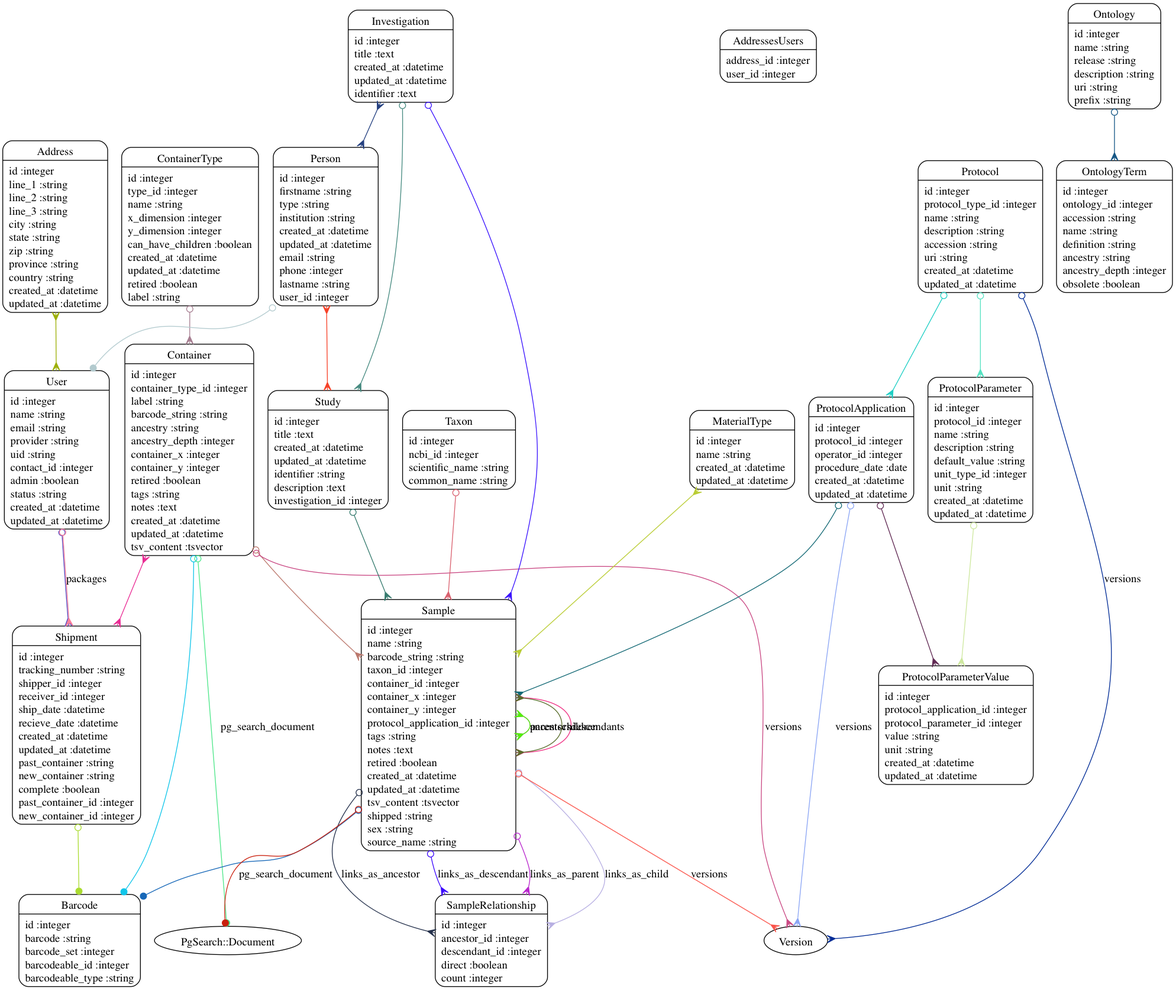
Above: models.png in dimitras/collos (Graphviz), before the change. Its source is kept beside it as models.dot.
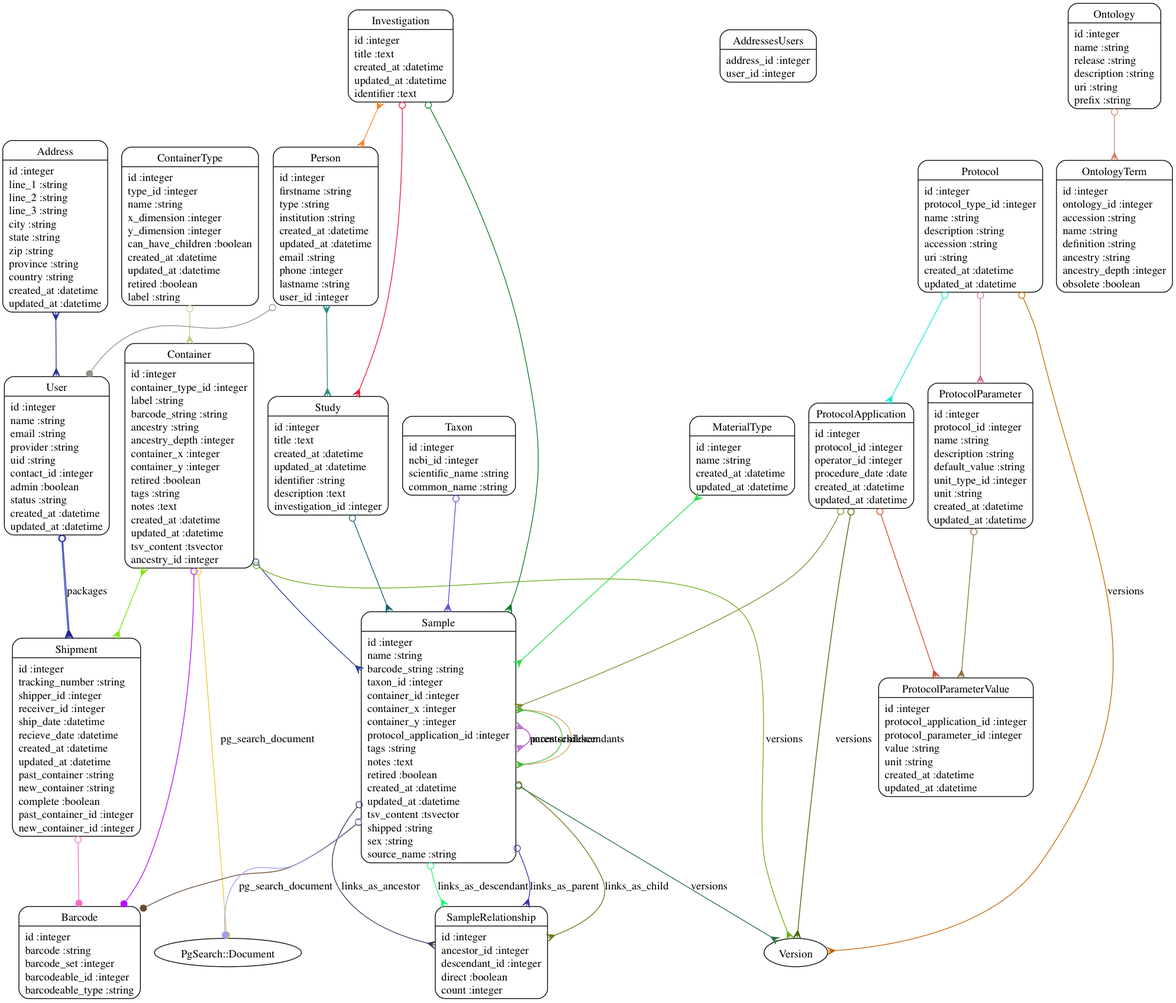
After the commit.

Diff of the diagram source:
```diff
@@ -3,7 +3,7 @@
 	"Address" [shape=Mrecord, label="{Address|id :integer\lline_1 :string\lline_2 :string\lline_3 :string\lcity :string\lstate :string\lzip :string\lprovince :string\lcountry :string\lcreated_at :datetime\lupdated_at :datetime\l}"]
 	"AddressesUsers" [shape=Mrecord, label="{AddressesUsers|address_id :integer\luser_id :integer\l}"]
 	"Barcode" [shape=Mrecord, label="{Barcode|id :integer\lbarcode :string\lbarcode_set :integer\lbarcodeable_id :integer\lbarcodeable_type :string\l}"]
-	"Container" [shape=Mrecord, label="{Container|id :integer\lcontainer_type_id :integer\llabel :string\lbarcode_string :string\lancestry :string\lancestry_depth :integer\lcontainer_x :integer\lcontainer_y :integer\lretired :boolean\ltags :string\lnotes :text\lcreated_at :datetime\lupdated_at :datetime\ltsv_content :tsvector\l}"]
+	"Container" [shape=Mrecord, label="{Container|id :integer\lcontainer_type_id :integer\llabel :string\lbarcode_string :string\lancestry :string\lancestry_depth :integer\lcontainer_x :integer\lcontainer_y :integer\lretired :boolean\ltags :string\lnotes :text\lcreated_at :datetime\lupdated_at :datetime\ltsv_content :tsvector\lancestry_id :integer\l}"]
 	"ContainerType" [shape=Mrecord, label="{ContainerType|id :integer\ltype_id :integer\lname :string\lx_dimension :integer\ly_dimension :integer\lcan_have_children :boolean\lcreated_at :datetime\lupdated_at :datetime\lretired :boolean\llabel :string\l}"]
 	"Investigation" [shape=Mrecord, label="{Investigation|id :integer\ltitle :text\lcreated_at :datetime\lupdated_at :datetime\lidentifier :text\l}"]
 	"MaterialType" [shape=Mrecord, label="{MaterialType|id :integer\lname :string\lcreated_at :datetime\lupdated_at :datetime\l}"]
@@ -20,41 +20,41 @@
 	"Study" [shape=Mrecord, label="{Study|id :integer\ltitle :text\lcreated_at :datetime\lupdated_at :datetime\lidentifier :string\ldescription :text\linvestigation_id :integer\l}"]
 	"Taxon" [shape=Mrecord, label="{Taxon|id :integer\lncbi_id :integer\lscientific_name :string\lcommon_name :string\l}"]
 	"User" [shape=Mrecord, label="{User|id :integer\lname :string\lemail :string\lprovider :string\luid :string\lcontact_id :integer\ladmin :boolean\lstatus :string\lcreated_at :datetime\lupdated_at :datetime\l}"]
-	"Address" -> "User" [arrowtail=crow, arrowhead=crow, dir=both color="#9CAF06"]
-	"Container" -> "Sample" [arrowtail=odot, arrowhead=crow, dir=both color="#BB786D"]
-	"Container" -> "Barcode" [arrowtail=odot, arrowhead=dot, dir=both color="#11C5E9"]
-	"Container" -> "Shipment" [arrowtail=crow, arrowhead=crow, dir=both color="#E92C94"]
-	"Container" -> "Version" [label="versions", arrowtail=odot, arrowhead=crow, dir=both color="#C94883"]
-	"Container" -> "PgSearch::Document" [label="pg_search_document", arrowtail=odot, arrowhead=dot, dir=both color="#4DE689"]
-	"ContainerType" -> "Container" [arrowtail=odot, arrowhead=crow, dir=both color="#A67E91"]
-	"Investigation" -> "Study" [arrowtail=odot, arrowhead=crow, dir=both color="#468A80"]
-	"Investigation" -> "Sample" [arrowtail=odot, arrowhead=crow, dir=both color="#3A13FD"]
-	"Investigation" -> "Person" [arrowtail=crow, arrowhead=crow, dir=both color="#244080"]
-	"MaterialType" -> "Sample" [arrowtail=crow, arrowhead=crow, dir=both color="#B9CC33"]
-	"Ontology" -> "OntologyTerm" [arrowtail=odot, arrowhead=crow, dir=both color="#155685"]
-	"Person" -> "Study" [arrowtail=crow, arrowhead=crow, dir=both color="#F64128"]
-	"Person" -> "User" [arrowtail=odot, arrowhead=dot, dir=both color="#B2CACE"]
-	"Protocol" -> "ProtocolApplication" [arrowtail=odot, arrowhead=crow, dir=both color="#1FCEC4"]
-	"Protocol" -> "ProtocolParameter" [arrowtail=odot, arrowhead=crow, dir=both color="#56E2C2"]
-	"Protocol" -> "Version" [label="versions", arrowtail=odot, arrowhead=crow, dir=both color="#022C96"]
-	"ProtocolApplication" -> "Sample" [arrowtail=odot, arrowhead=crow, dir=both color="#146975"]
-	"ProtocolApplication" -> "ProtocolParameterValue" [arrowtail=odot, arrowhead=crow, dir=both color="#5F2852"]
-	"ProtocolApplication" -> "Version" [label="versions", arrowtail=odot, arrowhead=crow, dir=both color="#8BA5F4"]
-	"ProtocolParameter" -> "ProtocolParameterValue" [arrowtail=odot, arrowhead=crow, dir=both color="#CDE79E"]
-	"Sample" -> "Barcode" [arrowtail=odot, arrowhead=dot, dir=both color="#1667B7"]
-	"Sample" -> "SampleRelationship" [label="links_as_ancestor", arrowtail=odot, arrowhead=crow, dir=both color="#24304B"]
-	"Sample" -> "SampleRelationship" [label="links_as_descendant", arrowtail=odot, arrowhead=crow, dir=both color="#3B07FD"]
-	"Sample" -> "Sample" [label="ancestors", arrowtail=crow, arrowhead=crow, dir=both color="#A369B0"]
-	"Sample" -> "Sample" [label="descendants", arrowtail=crow, arrowhead=crow, dir=both color="#EE2F82"]
-	"Sample" -> "SampleRelationship" [label="links_as_parent", arrowtail=odot, arrowhead=crow, dir=both color="#B826CC"]
-	"Sample" -> "SampleRelationship" [label="links_as_child", arrowtail=odot, arrowhead=crow, dir=both color="#B7AFE2"]
-	"Sample" -> "Sample" [label="parents", arrowtail=crow, arrowhead=crow, dir=both color="#53F008"]
-	"Sample" -> "Sample" [label="children", arrowtail=crow, arrowhead=crow, dir=both color="#596C2B"]
-	"Sample" -> "PgSearch::Document" [label="pg_search_document", arrowtail=odot, arrowhead=dot, dir=both color="#C91F0D"]
-	"Sample" -> "Version" [label="versions", arrowtail=odot, arrowhead=crow, dir=both color="#FA544B"]
-	"Shipment" -> "Barcode" [arrowtail=odot, arrowhead=dot, dir=both color="#AADB31"]
-	"Study" -> "Sample" [arrowtail=odot, arrowhead=crow, dir=both color="#367B6E"]
-	"Taxon" -> "Sample" [arrowtail=odot, arrowhead=crow, dir=both color="#D9616F"]
-	"User" -> "Shipment" [arrowtail=odot, arrowhead=crow, dir=both color="#4F47C2"]
-	"User" -> "Shipment" [label="packages", arrowtail=odot, arrowhead=crow, dir=both color="#FE7F9A"]
+	"Address" -> "User" [arrowtail=crow, arrowhead=crow, dir=both color="#272D93"]
+	"Container" -> "Sample" [arrowtail=odot, arrowhead=crow, dir=both color="#2A3E95"]
+	"Container" -> "Barcode" [arrowtail=odot, arrowhead=dot, dir=both color="#B510F7"]
+	"Container" -> "Shipment" [arrowtail=crow, arrowhead=crow, dir=both color="#7AE700"]
+	"Container" -> "Version" [label="versions", arrowtail=odot, arrowhead=crow, dir=both color="#6CAD1B"]
+	"Container" -> "PgSearch::Document" [label="pg_search_document", arrowtail=odot, arrowhead=dot, dir=both color="#E8C931"]
+	"ContainerType" -> "Container" [arrowtail=odot, arrowhead=crow, dir=both color="#C7CA8C"]
+	"Investigation" -> "Study" [arrowtail=odot, arrowhead=crow, dir=both color="#EF173C"]
+	"Investigation" -> "Sample" [arrowtail=odot, arrowhead=crow, dir=both color="#057B27"]
+	"Investigation" -> "Person" [arrowtail=crow, arrowhead=crow, dir=both color="#F58128"]
+	"MaterialType" -> "Sample" [arrowtail=crow, arrowhead=crow, dir=both color="#2BDC4D"]
+	"Ontology" -> "OntologyTerm" [arrowtail=odot, arrowhead=crow, dir=both color="#D48171"]
+	"Person" -> "Study" [arrowtail=crow, arrowhead=crow, dir=both color="#218D7D"]
+	"Person" -> "User" [arrowtail=odot, arrowhead=dot, dir=both color="#92938B"]
+	"Protocol" -> "ProtocolApplication" [arrowtail=odot, arrowhead=crow, dir=both color="#1AE6DC"]
+	"Protocol" -> "ProtocolParameter" [arrowtail=odot, arrowhead=crow, dir=both color="#CD7696"]
+	"Protocol" -> "Version" [label="versions", arrowtail=odot, arrowhead=crow, dir=both color="#C36804"]
+	"ProtocolApplication" -> "Sample" [arrowtail=odot, arrowhead=crow, dir=both color="#878633"]
+	"ProtocolApplication" -> "ProtocolParameterValue" [arrowtail=odot, arrowhead=crow, dir=both color="#D24625"]
+	"ProtocolApplication" -> "Version" [label="versions", arrowtail=odot, arrowhead=crow, dir=both color="#4E6101"]
+	"ProtocolParameter" -> "ProtocolParameterValue" [arrowtail=odot, arrowhead=crow, dir=both color="#8C703B"]
+	"Sample" -> "Barcode" [arrowtail=odot, arrowhead=dot, dir=both color="#684B32"]
+	"Sample" -> "SampleRelationship" [label="links_as_ancestor", arrowtail=odot, arrowhead=crow, dir=both color="#353B5D"]
+	"Sample" -> "SampleRelationship" [label="links_as_descendant", arrowtail=odot, arrowhead=crow, dir=both color="#20F873"]
+	"Sample" -> "Sample" [label="ancestors", arrowtail=crow, arrowhead=crow, dir=both color="#B606D9"]
+	"Sample" -> "Sample" [label="descendants", arrowtail=crow, arrowhead=crow, dir=both color="#D1A569"]
+	"Sample" -> "SampleRelationship" [label="links_as_parent", arrowtail=odot, arrowhead=crow, dir=both color="#3D2FAA"]
+	"Sample" -> "SampleRelationship" [label="links_as_child", arrowtail=odot, arrowhead=crow, dir=both color="#707318"]
+	"Sample" -> "Sample" [label="parents", arrowtail=crow, arrowhead=crow, dir=both color="#B978C4"]
+	"Sample" -> "Sample" [label="children", arrowtail=crow, arrowhead=crow, dir=both color="#47BB3B"]
+	"Sample" -> "PgSearch::Document" [label="pg_search_document", arrowtail=odot, arrowhead=dot, dir=both color="#9E9CEE"]
+	"Sample" -> "Version" [label="versions", arrowtail=odot, arrowhead=crow, dir=both color="#2A6F43"]
+	"Shipment" -> "Barcode" [arrowtail=odot, arrowhead=dot, dir=both color="#F76DC6"]
+	"Study" -> "Sample" [arrowtail=odot, arrowhead=crow, dir=both color="#0B6271"]
+	"Taxon" -> "Sample" [arrowtail=odot, arrowhead=crow, dir=both color="#7043E4"]
+	"User" -> "Shipment" [arrowtail=odot, arrowhead=crow, dir=both color="#0E47D5"]
+	"User" -> "Shipment" [label="packages", arrowtail=odot, arrowhead=crow, dir=both color="#341987"]
 }
```
